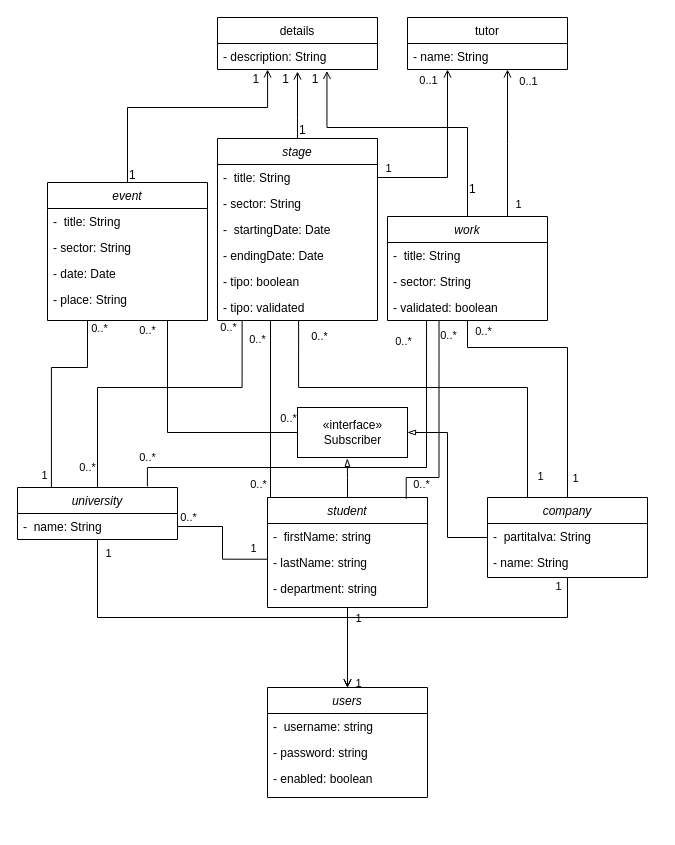
This is Class Diagram.drawio from superbus41/Progetto, a draw.io file, before an edit. Source tidied: cells renumbered, new cells numbered last; positions are measured from the earlier drawing's top-left corner, leaving out a move shared by most shapes. Both pictures are drawn from the tidied source at 100%, with x=0, y=0 at pixel (17, 17).
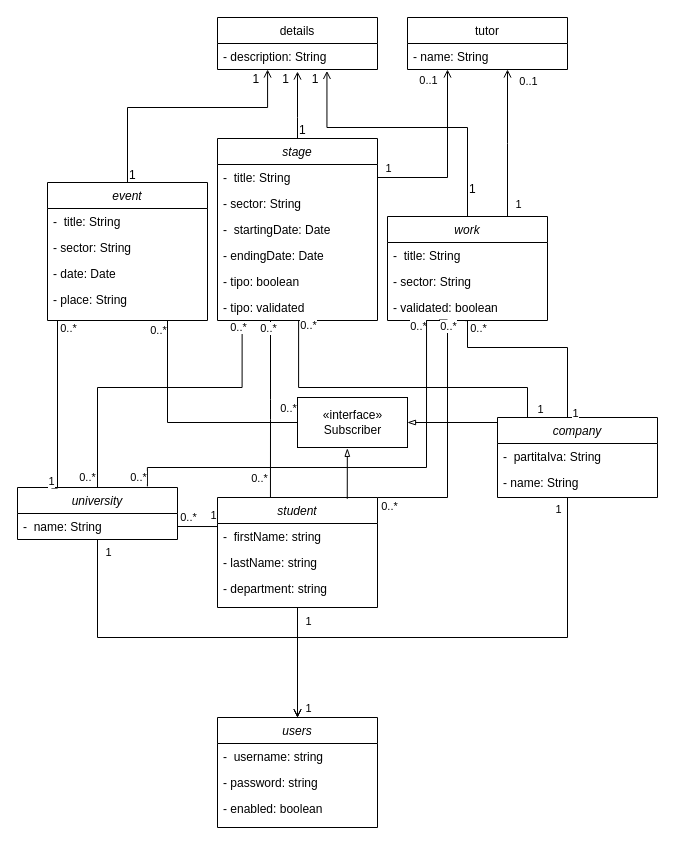
The same diagram, later.

Unchanged cells that the change refers to:
```xml
<mxCell id="2" value="event" style="swimlane;fontStyle=2;align=center;verticalAlign=top;horizontal=1;startSize=26;rounded=0;shadow=0;strokeWidth=1;fillColor=none;" parent="1" vertex="1">
  <mxGeometry x="30" y="165" width="160" height="138" as="geometry" />
</mxCell>
<mxCell id="15" value="- validated: boolean" style="text;align=left;verticalAlign=top;spacingLeft=4;spacingRight=4;overflow=hidden;points=[[0,0.5],[1,0.5]];portConstraint=eastwest;rounded=0;shadow=0;html=0;" parent="12" vertex="1">
  <mxGeometry y="78" width="160" height="26" as="geometry" />
</mxCell>
<mxCell id="34" value="-  firstName: string" style="text;align=left;verticalAlign=top;spacingLeft=4;spacingRight=4;overflow=hidden;points=[[0,0.5],[1,0.5]];portConstraint=eastwest;" parent="33" vertex="1">
  <mxGeometry y="26" width="160" height="26" as="geometry" />
</mxCell>
<mxCell id="35" value="- lastName: string" style="text;align=left;verticalAlign=top;spacingLeft=4;spacingRight=4;overflow=hidden;points=[[0,0.5],[1,0.5]];portConstraint=eastwest;rounded=0;shadow=0;html=0;" parent="33" vertex="1">
  <mxGeometry y="52" width="160" height="26" as="geometry" />
</mxCell>
<mxCell id="39" value="university" style="swimlane;fontStyle=2;align=center;verticalAlign=top;horizontal=1;startSize=26;rounded=0;shadow=0;strokeWidth=1;fillColor=none;" parent="1" vertex="1">
  <mxGeometry y="470" width="160" height="52" as="geometry" />
</mxCell>
<mxCell id="40" value="-  name: String" style="text;align=left;verticalAlign=top;spacingLeft=4;spacingRight=4;overflow=hidden;points=[[0,0.5],[1,0.5]];portConstraint=eastwest;" parent="39" vertex="1">
  <mxGeometry y="26" width="160" height="26" as="geometry" />
</mxCell>
<mxCell id="59" style="endArrow=none;html=1;exitX=0.5;exitY=0;exitDx=0;exitDy=0;entryX=0.154;entryY=1.005;entryDx=0;entryDy=0;entryPerimeter=0;edgeStyle=orthogonalEdgeStyle;rounded=0;" parent="1" edge="1" source="39" target="22">
  <mxGeometry relative="1" as="geometry">
    <Array as="points">
      <mxPoint x="80" y="370" />
      <mxPoint x="225" y="370" />
    </Array>
  </mxGeometry>
</mxCell>
<mxCell id="64" style="endArrow=none;html=1;entryX=0;entryY=0.5;entryDx=0;entryDy=0;exitX=0.75;exitY=1;exitDx=0;exitDy=0;edgeStyle=orthogonalEdgeStyle;rounded=0;" parent="1" edge="1" source="2" target="75">
  <mxGeometry relative="1" as="geometry" />
</mxCell>
<mxCell id="76" style="endArrow=none;html=1;entryX=0.25;entryY=0;entryDx=0;entryDy=0;rounded=0;edgeStyle=orthogonalEdgeStyle;exitX=0.507;exitY=0.984;exitDx=0;exitDy=0;exitPerimeter=0;" parent="1" edge="1" source="22" target="44">
  <mxGeometry relative="1" as="geometry">
    <Array as="points">
      <mxPoint x="281" y="370" />
      <mxPoint x="510" y="370" />
    </Array>
  </mxGeometry>
</mxCell>
<mxCell id="79" style="endArrow=none;html=1;edgeStyle=orthogonalEdgeStyle;rounded=0;exitX=0.5;exitY=0;exitDx=0;exitDy=0;entryX=0.485;entryY=1.005;entryDx=0;entryDy=0;entryPerimeter=0;" parent="1" edge="1" source="44" target="15">
  <mxGeometry relative="1" as="geometry">
    <Array as="points">
      <mxPoint x="550" y="330" />
      <mxPoint x="450" y="330" />
      <mxPoint x="450" y="303" />
    </Array>
  </mxGeometry>
</mxCell>
<mxCell id="84" style="endArrow=none;html=1;edgeStyle=orthogonalEdgeStyle;rounded=0;exitX=0.812;exitY=-0.022;exitDx=0;exitDy=0;exitPerimeter=0;entryX=0.244;entryY=0.986;entryDx=0;entryDy=0;entryPerimeter=0;" parent="1" edge="1" source="39" target="15">
  <mxGeometry relative="1" as="geometry">
    <Array as="points">
      <mxPoint x="130" y="450" />
      <mxPoint x="409" y="450" />
    </Array>
  </mxGeometry>
</mxCell>
```

The edit, as a diff of the source:
```diff
@@
-    <mxCell id="32" style="edgeStyle=orthogonalEdgeStyle;rounded=0;jettySize=auto;html=1;entryX=0.453;entryY=1.017;entryDx=0;entryDy=0;entryPerimeter=0;endArrow=blockThin;endFill=0;" parent="1" edge="1" source="33" target="75">
+    <mxCell id="32" style="edgeStyle=orthogonalEdgeStyle;rounded=0;jettySize=auto;html=1;entryX=0.453;entryY=1.017;entryDx=0;entryDy=0;entryPerimeter=0;endArrow=blockThin;endFill=0;exitX=0.811;exitY=0.012;exitDx=0;exitDy=0;exitPerimeter=0;" parent="1" edge="1" source="33" target="75">
       <mxGeometry relative="1" as="geometry" />
     </mxCell>
     <mxCell id="33" value="student" style="swimlane;fontStyle=2;align=center;verticalAlign=top;horizontal=1;startSize=26;rounded=0;shadow=0;strokeWidth=1;fillColor=none;" parent="1" vertex="1">
-      <mxGeometry x="250" y="480" width="160" height="110" as="geometry" />
+      <mxGeometry x="200" y="480" width="160" height="110" as="geometry" />
     </mxCell>
@@
     <mxCell id="37" style="edgeStyle=orthogonalEdgeStyle;rounded=0;jettySize=auto;html=1;entryX=0.5;entryY=0;entryDx=0;entryDy=0;endArrow=open;endFill=0;" parent="1" edge="1" source="39" target="47">
       <mxGeometry relative="1" as="geometry">
         <Array as="points">
-          <mxPoint x="80" y="600" />
-          <mxPoint x="330" y="600" />
+          <mxPoint x="80" y="620" />
+          <mxPoint x="280" y="620" />
         </Array>
       </mxGeometry>
     </mxCell>
@@
     <mxCell id="41" style="edgeStyle=orthogonalEdgeStyle;rounded=0;jettySize=auto;html=1;endArrow=open;endFill=0;entryX=0.5;entryY=0;entryDx=0;entryDy=0;" parent="1" edge="1" source="44" target="47">
       <mxGeometry relative="1" as="geometry">
         <Array as="points">
-          <mxPoint x="550" y="600" />
-          <mxPoint x="330" y="600" />
+          <mxPoint x="550" y="620" />
+          <mxPoint x="280" y="620" />
         </Array>
       </mxGeometry>
     </mxCell>
@@
     <mxCell id="43" style="edgeStyle=orthogonalEdgeStyle;rounded=0;jettySize=auto;html=1;entryX=1;entryY=0.5;entryDx=0;entryDy=0;endArrow=blockThin;endFill=0;" parent="1" edge="1" source="44" target="75">
-      <mxGeometry relative="1" as="geometry" />
+      <mxGeometry relative="1" as="geometry">
+        <Array as="points">
+          <mxPoint x="480" y="405" />
+          <mxPoint x="480" y="405" />
+        </Array>
+      </mxGeometry>
     </mxCell>
     <mxCell id="44" value="company" style="swimlane;fontStyle=2;align=center;verticalAlign=top;horizontal=1;startSize=26;rounded=0;shadow=0;strokeWidth=1;fillColor=none;" parent="1" vertex="1">
-      <mxGeometry x="470" y="480" width="160" height="80" as="geometry" />
+      <mxGeometry x="480" y="400" width="160" height="80" as="geometry" />
     </mxCell>
@@
     <mxCell id="47" value="users" style="swimlane;fontStyle=2;align=center;verticalAlign=top;horizontal=1;startSize=26;rounded=0;shadow=0;strokeWidth=1;fillColor=none;" parent="1" vertex="1">
-      <mxGeometry x="250" y="670" width="160" height="110" as="geometry" />
+      <mxGeometry x="200" y="700" width="160" height="110" as="geometry" />
     </mxCell>
@@
-    <mxCell id="51" style="endArrow=none;html=1;exitX=0.001;exitY=0.374;exitDx=0;exitDy=0;exitPerimeter=0;entryX=1;entryY=0.5;entryDx=0;entryDy=0;edgeStyle=orthogonalEdgeStyle;rounded=0;" parent="1" edge="1" source="35" target="40">
+    <mxCell id="51" style="endArrow=none;html=1;entryX=1;entryY=0.5;entryDx=0;entryDy=0;edgeStyle=orthogonalEdgeStyle;rounded=0;exitX=0;exitY=0.117;exitDx=0;exitDy=0;exitPerimeter=0;" parent="1" edge="1" source="34" target="40">
       <mxGeometry relative="1" as="geometry" />
     </mxCell>
@@
     <mxCell id="53" value="&lt;div&gt;0..*&lt;/div&gt;" style="edgeLabel;html=1;align=center;verticalAlign=middle;" parent="51" vertex="1">
       <mxGeometry x="0.86" y="1" relative="1" as="geometry">
-        <mxPoint x="1.8" y="-10.2" as="offset" />
+        <mxPoint x="7.2" y="-10.2" as="offset" />
       </mxGeometry>
     </mxCell>
-    <mxCell id="54" style="endArrow=none;html=1;exitX=0.867;exitY=0.013;exitDx=0;exitDy=0;entryX=0.322;entryY=0.982;entryDx=0;entryDy=0;entryPerimeter=0;edgeStyle=orthogonalEdgeStyle;exitPerimeter=0;rounded=0;" parent="1" edge="1" source="33" target="15">
+    <mxCell id="54" style="endArrow=none;html=1;exitX=1;exitY=0;exitDx=0;exitDy=0;entryX=0.322;entryY=0.982;entryDx=0;entryDy=0;entryPerimeter=0;edgeStyle=orthogonalEdgeStyle;rounded=0;" parent="1" edge="1" source="33" target="15">
       <mxGeometry relative="1" as="geometry">
         <Array as="points">
-          <mxPoint x="389" y="460" />
-          <mxPoint x="422" y="460" />
+          <mxPoint x="430" y="480" />
+          <mxPoint x="430" y="302" />
         </Array>
       </mxGeometry>
     </mxCell>
     <mxCell id="55" value="&lt;div&gt;0..*&lt;/div&gt;" style="edgeLabel;html=1;align=center;verticalAlign=middle;" parent="54" vertex="1">
       <mxGeometry x="-0.87" y="-1" relative="1" as="geometry">
-        <mxPoint x="13.4" y="-1.3" as="offset" />
+        <mxPoint x="-5.9" y="7.6" as="offset" />
       </mxGeometry>
     </mxCell>
     <mxCell id="56" value="&lt;div&gt;0..*&lt;/div&gt;" style="edgeLabel;html=1;align=center;verticalAlign=middle;" parent="54" vertex="1">
       <mxGeometry x="-0.87" y="-1" relative="1" as="geometry">
-        <mxPoint x="-149.7" y="-1.3" as="offset" />
+        <mxPoint x="-135.9" y="-21" as="offset" />
       </mxGeometry>
     </mxCell>
-    <mxCell id="57" style="endArrow=none;html=1;rounded=1;edgeStyle=orthogonalEdgeStyle;" parent="1" edge="1">
+    <mxCell id="57" style="endArrow=none;html=1;rounded=1;edgeStyle=orthogonalEdgeStyle;exitX=0.331;exitY=0;exitDx=0;exitDy=0;exitPerimeter=0;" parent="1" edge="1" source="33">
       <mxGeometry relative="1" as="geometry">
-        <mxPoint x="253" y="480" as="sourcePoint" />
         <mxPoint x="253" y="303" as="targetPoint" />
-        <Array as="points">
-          <mxPoint x="253" y="480" />
-        </Array>
       </mxGeometry>
     </mxCell>
     <mxCell id="58" value="&lt;div&gt;0..*&lt;/div&gt;" style="edgeLabel;html=1;align=center;verticalAlign=middle;" parent="57" vertex="1">
       <mxGeometry x="0.92" relative="1" as="geometry">
-        <mxPoint x="-13.8" y="11.6" as="offset" />
+        <mxPoint x="-3" y="0.3" as="offset" />
       </mxGeometry>
     </mxCell>
@@
     <mxCell id="60" value="&lt;div&gt;0..*&lt;/div&gt;" style="edgeLabel;html=1;align=center;verticalAlign=middle;" parent="59" vertex="1">
       <mxGeometry x="0.87" y="2" relative="1" as="geometry">
-        <mxPoint x="-12.6" y="-13.7" as="offset" />
+        <mxPoint x="-2.6" y="-13.7" as="offset" />
       </mxGeometry>
     </mxCell>
     <mxCell id="61" style="endArrow=none;html=1;exitX=0.212;exitY=0.011;exitDx=0;exitDy=0;exitPerimeter=0;entryX=0.25;entryY=1;entryDx=0;entryDy=0;edgeStyle=orthogonalEdgeStyle;rounded=0;" parent="1" edge="1" source="39" target="2">
       <mxGeometry relative="1" as="geometry">
         <Array as="points">
-          <mxPoint x="34" y="350" />
-          <mxPoint x="70" y="350" />
+          <mxPoint x="40" y="471" />
+          <mxPoint x="40" y="303" />
         </Array>
       </mxGeometry>
     </mxCell>
@@
     <mxCell id="63" value="&lt;div&gt;0..*&lt;/div&gt;" style="edgeLabel;html=1;align=center;verticalAlign=middle;" parent="61" vertex="1">
       <mxGeometry x="0.94" relative="1" as="geometry">
-        <mxPoint x="11.1" y="2" as="offset" />
+        <mxPoint x="-13.6" y="7" as="offset" />
       </mxGeometry>
     </mxCell>
@@
     <mxCell id="66" value="0..*" style="edgeLabel;html=1;align=center;verticalAlign=middle;" parent="64" vertex="1">
       <mxGeometry x="-0.94" y="-1" relative="1" as="geometry">
-        <mxPoint x="-19.1" y="2" as="offset" />
+        <mxPoint x="-9" y="2" as="offset" />
       </mxGeometry>
     </mxCell>
@@
     <mxCell id="75" value="&lt;div&gt;«interface»&lt;/div&gt;Subscriber" style="html=1;fillColor=none;" parent="1" vertex="1">
-      <mxGeometry x="280" y="390" width="110" height="50" as="geometry" />
+      <mxGeometry x="280" y="380" width="110" height="50" as="geometry" />
     </mxCell>
@@
     <mxCell id="78" value="&lt;div&gt;0..*&lt;/div&gt;" style="edgeLabel;html=1;align=center;verticalAlign=middle;" parent="76" vertex="1">
       <mxGeometry x="-0.89" y="1" relative="1" as="geometry">
-        <mxPoint x="19.8" y="-5.9" as="offset" />
+        <mxPoint x="7.9" y="-12.6" as="offset" />
       </mxGeometry>
     </mxCell>
@@
     <mxCell id="81" value="&lt;div&gt;0..*&lt;/div&gt;" style="edgeLabel;html=1;align=center;verticalAlign=middle;" parent="79" vertex="1">
       <mxGeometry x="0.91" y="1" relative="1" as="geometry">
-        <mxPoint x="16.1" as="offset" />
+        <mxPoint x="11" as="offset" />
       </mxGeometry>
     </mxCell>
     <mxCell id="82" value="&lt;div&gt;0..*&lt;/div&gt;" style="edgeLabel;html=1;align=center;verticalAlign=middle;" parent="79" vertex="1">
       <mxGeometry x="0.91" y="1" relative="1" as="geometry">
-        <mxPoint x="-19" y="4" as="offset" />
+        <mxPoint x="-19" y="-1.3" as="offset" />
       </mxGeometry>
     </mxCell>
     <mxCell id="83" value="&lt;div&gt;0..*&lt;/div&gt;" style="edgeLabel;html=1;align=center;verticalAlign=middle;" parent="79" vertex="1">
       <mxGeometry x="0.91" y="1" relative="1" as="geometry">
-        <mxPoint x="-63.9" y="10" as="offset" />
+        <mxPoint x="-49" y="-1.3" as="offset" />
       </mxGeometry>
     </mxCell>
@@
     <mxCell id="85" value="&lt;div&gt;0..*&lt;/div&gt;" style="edgeLabel;html=1;align=center;verticalAlign=middle;" parent="84" vertex="1">
       <mxGeometry x="-0.93" y="1" relative="1" as="geometry">
-        <mxPoint x="0.7" y="-13.3" as="offset" />
+        <mxPoint x="-8.9" y="7" as="offset" />
       </mxGeometry>
     </mxCell>
     <mxCell id="86" value="&lt;div&gt;0..*&lt;/div&gt;" style="edgeLabel;html=1;align=center;verticalAlign=middle;" parent="84" vertex="1">
       <mxGeometry x="-0.93" y="1" relative="1" as="geometry">
-        <mxPoint x="-59.3" y="-3.3" as="offset" />
+        <mxPoint x="-59.3" y="7" as="offset" />
       </mxGeometry>
     </mxCell>
```
